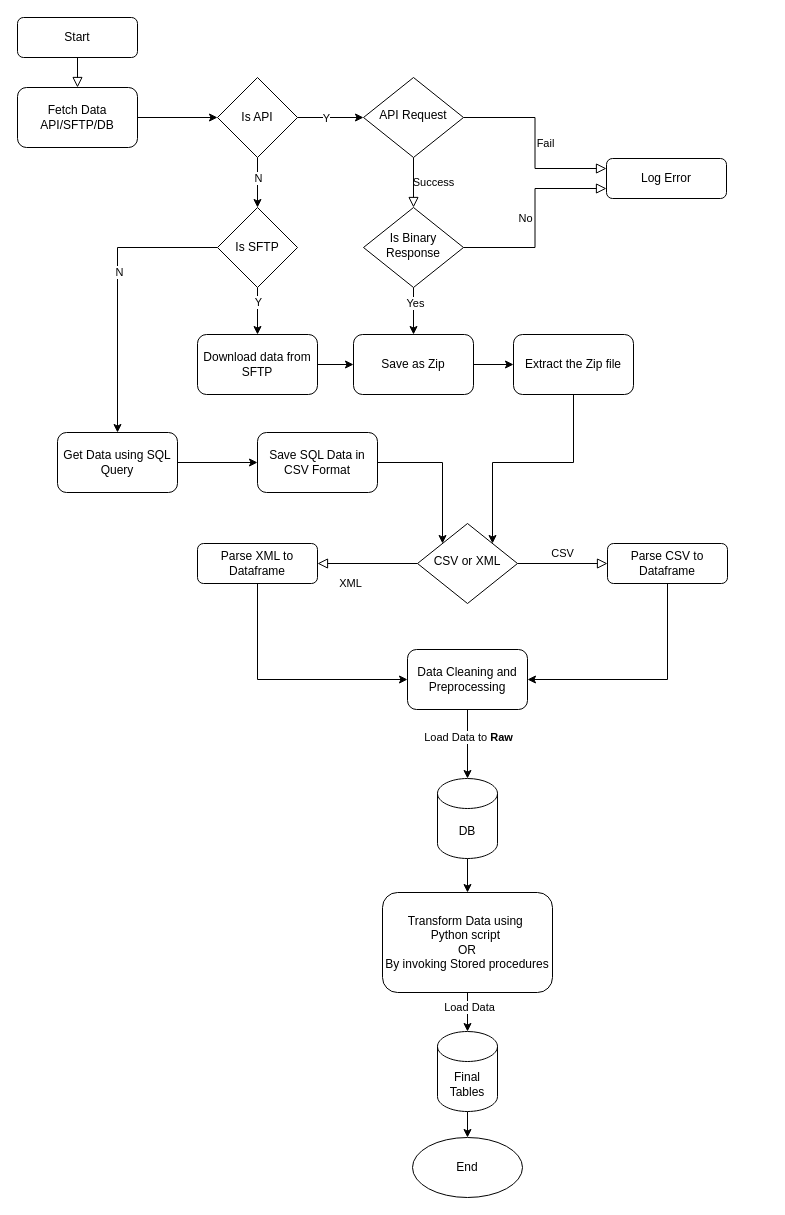
This is Market_Vendor_Py.drawio from gurudevkumar51/My-files, a draw.io file, before an edit. Source tidied: cells renumbered, new cells numbered last; positions are measured from the earlier drawing's top-left corner, leaving out a move shared by most shapes. Both pictures are drawn from the tidied source at 100%, with x=0, y=0 at pixel (17, 17).
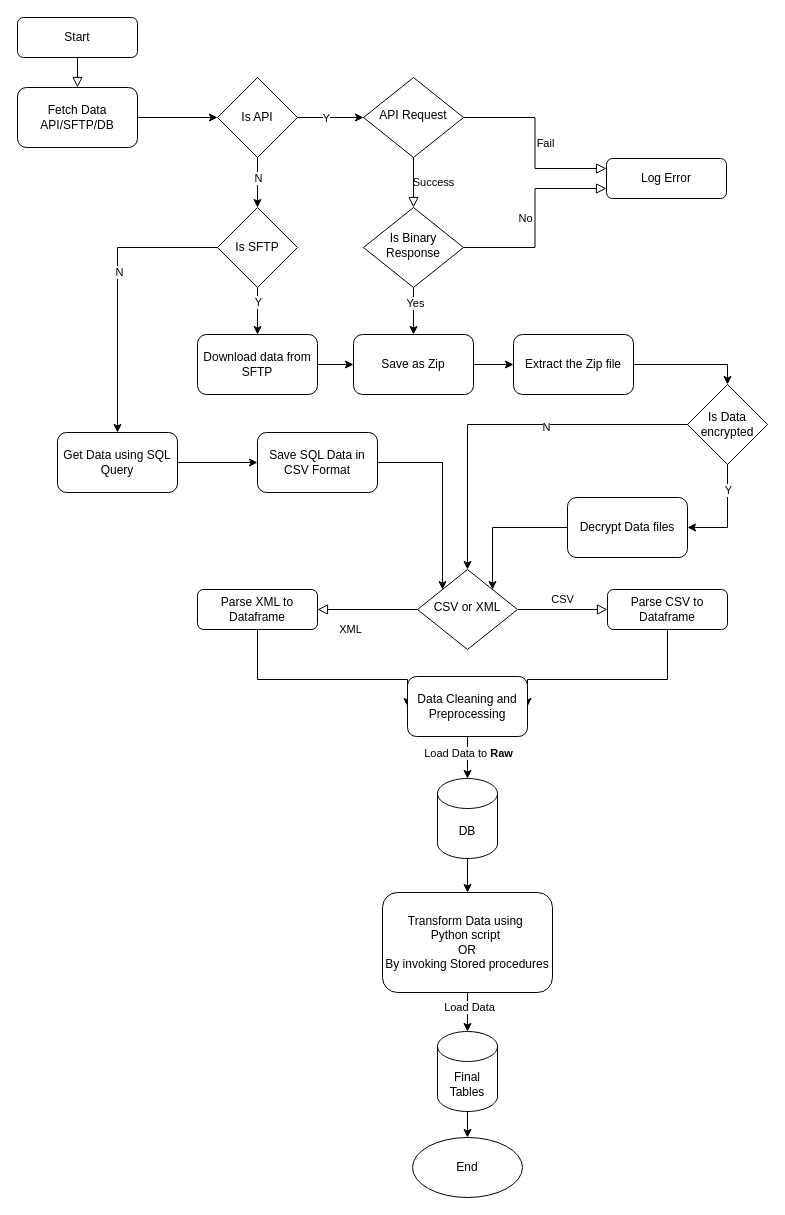
Above is the later version.

Commit message:
Updated Encryption Flow

Unchanged cells that the change refers to:
```xml
<mxCell id="22" value="Extract the Zip file" style="rounded=1;whiteSpace=wrap;html=1;" parent="1" vertex="1">
  <mxGeometry x="496" y="317" width="120" height="60" as="geometry" />
</mxCell>
```

What changed in the source:
```diff
@@
     <mxCell id="10" value="CSV or XML" style="rhombus;whiteSpace=wrap;html=1;shadow=0;fontFamily=Helvetica;fontSize=12;align=center;strokeWidth=1;spacing=6;spacingTop=-4;" parent="1" vertex="1">
-      <mxGeometry x="400" y="506" width="100" height="80" as="geometry" />
+      <mxGeometry x="400" y="552" width="100" height="80" as="geometry" />
     </mxCell>
@@
     <mxCell id="12" value="Parse XML to Dataframe" style="rounded=1;whiteSpace=wrap;html=1;fontSize=12;glass=0;strokeWidth=1;shadow=0;" parent="1" vertex="1">
-      <mxGeometry x="180" y="526" width="120" height="40" as="geometry" />
+      <mxGeometry x="180" y="572" width="120" height="40" as="geometry" />
     </mxCell>
@@
     <mxCell id="14" value="Parse CSV to Dataframe" style="rounded=1;whiteSpace=wrap;html=1;fontSize=12;glass=0;strokeWidth=1;shadow=0;" parent="1" vertex="1">
-      <mxGeometry x="590" y="526" width="120" height="40" as="geometry" />
+      <mxGeometry x="590" y="572" width="120" height="40" as="geometry" />
     </mxCell>
-    <mxCell id="15" style="edgeStyle=orthogonalEdgeStyle;rounded=0;jettySize=auto;html=1;exitX=0.5;exitY=0.883;exitDx=0;exitDy=0;exitPerimeter=0;" parent="1" edge="1" source="22" target="10">
-      <mxGeometry relative="1" as="geometry">
-        <Array as="points">
-          <mxPoint x="556" y="445" />
-          <mxPoint x="475" y="445" />
-        </Array>
-      </mxGeometry>
-    </mxCell>
@@
+    <mxCell id="52" style="edgeStyle=orthogonalEdgeStyle;rounded=0;jettySize=auto;html=1;entryX=0.5;entryY=0;entryDx=0;entryDy=0;" parent="1" edge="1" source="22" target="57">
+      <mxGeometry relative="1" as="geometry" />
+    </mxCell>
@@
     <mxCell id="23" value="Data Cleaning and Preprocessing" style="rounded=1;whiteSpace=wrap;html=1;" parent="1" vertex="1">
-      <mxGeometry x="390" y="632" width="120" height="60" as="geometry" />
+      <mxGeometry x="390" y="659" width="120" height="60" as="geometry" />
     </mxCell>
@@
+    <mxCell id="53" style="edgeStyle=orthogonalEdgeStyle;rounded=0;jettySize=auto;html=1;entryX=0.5;entryY=0;entryDx=0;entryDy=0;" parent="1" edge="1" source="57" target="10">
+      <mxGeometry relative="1" as="geometry" />
+    </mxCell>
+    <mxCell id="54" value="N" style="edgeLabel;html=1;align=center;verticalAlign=middle;" parent="53" vertex="1">
+      <mxGeometry x="-0.22" y="2" relative="1" as="geometry" />
+    </mxCell>
+    <mxCell id="55" style="edgeStyle=orthogonalEdgeStyle;rounded=0;jettySize=auto;html=1;entryX=1;entryY=0.5;entryDx=0;entryDy=0;" parent="1" edge="1" source="57" target="59">
+      <mxGeometry relative="1" as="geometry" />
+    </mxCell>
+    <mxCell id="56" value="Y" style="edgeLabel;html=1;align=center;verticalAlign=middle;" parent="55" vertex="1">
+      <mxGeometry x="-0.51" relative="1" as="geometry" />
+    </mxCell>
+    <mxCell id="57" value="Is Data encrypted" style="rhombus;whiteSpace=wrap;html=1;" parent="1" vertex="1">
+      <mxGeometry x="670" y="367" width="80" height="80" as="geometry" />
+    </mxCell>
+    <mxCell id="58" style="edgeStyle=orthogonalEdgeStyle;rounded=0;jettySize=auto;html=1;entryX=1;entryY=0;entryDx=0;entryDy=0;" parent="1" edge="1" source="59" target="10">
+      <mxGeometry relative="1" as="geometry" />
+    </mxCell>
+    <mxCell id="59" value="Decrypt Data files" style="rounded=1;whiteSpace=wrap;html=1;" parent="1" vertex="1">
+      <mxGeometry x="550" y="480" width="120" height="60" as="geometry" />
+    </mxCell>
```
